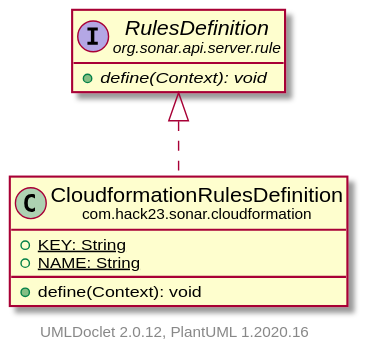
Hack23/sonar-cloudformation-plugin keeps this PlantUML diagram as testapidocs/com/hack23/sonar/cloudformation/CloudformationRulesDefinition.svg. Above is the earlier version.
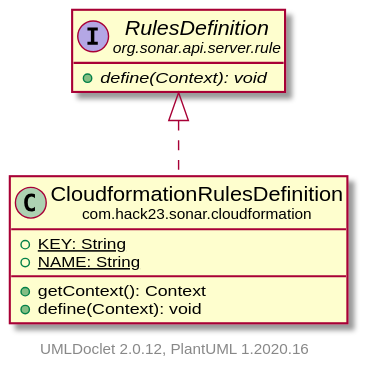
The same file after the commit.

Change to the diagram source:
```diff
@@ -6,6 +6,7 @@
     class "<size:14>CloudformationRulesDefinition\n<size:10>com.hack23.sonar.cloudformation" as com.hack23.sonar.cloudformation.CloudformationRulesDefinition [[CloudformationRulesDefinition.html]] {
         {static} +KEY: String
         {static} +NAME: String
+        +getContext(): Context
         +define(Context): void
     }
 
```
